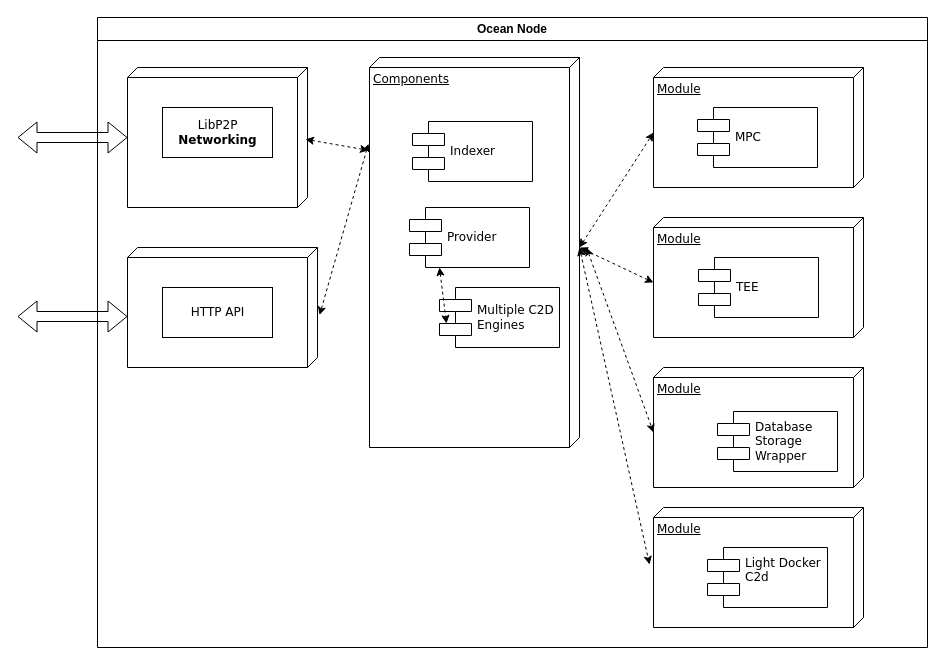
Earlier version of the draw.io diagram docs/imgs/OceanNode-arhitecture.drawio (oceanprotocol/ocean-node). Source tidied: cells renumbered, new cells numbered last; positions are measured from the earlier drawing's top-left corner, leaving out a move shared by most shapes. Both pictures are drawn from the tidied source at 100%, with x=0, y=0 at pixel (17, 17).
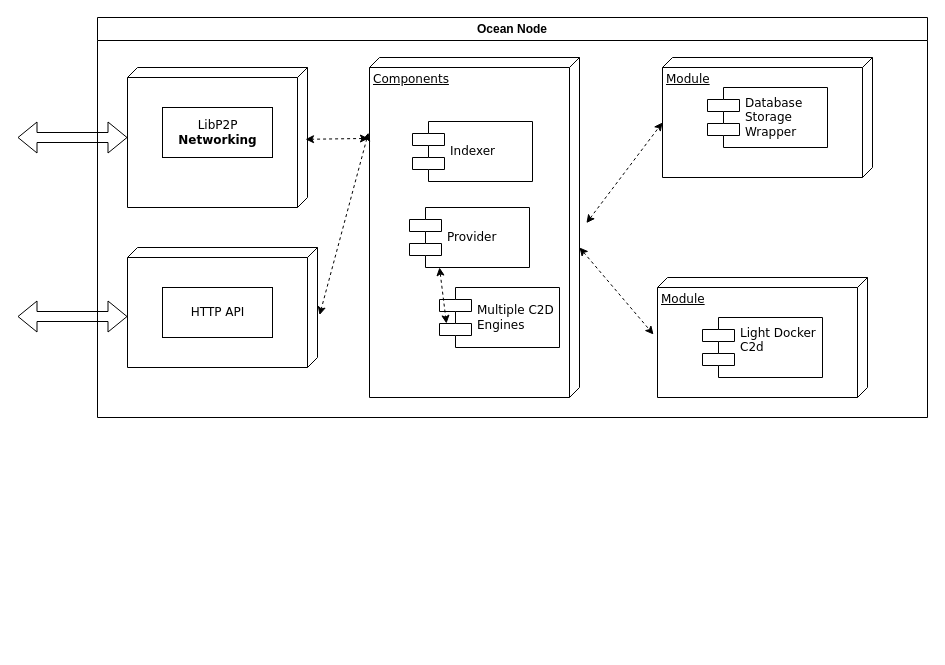
The same diagram, later.

The edit, as a diff of the source:
```diff
@@
     <mxCell id="3" value="Components" style="verticalAlign=top;align=left;spacingTop=8;spacingLeft=2;spacingRight=12;shape=cube;size=10;direction=south;fontStyle=4;html=1;rounded=0;shadow=0;comic=0;labelBackgroundColor=none;strokeWidth=1;fontFamily=Verdana;fontSize=12;" parent="1" vertex="1">
-      <mxGeometry x="352" y="40" width="210" height="390" as="geometry" />
+      <mxGeometry x="352" y="40" width="210" height="340" as="geometry" />
     </mxCell>
@@
-    <mxCell id="11" value="Module" style="verticalAlign=top;align=left;spacingTop=8;spacingLeft=2;spacingRight=12;shape=cube;size=10;direction=south;fontStyle=4;html=1;rounded=0;shadow=0;comic=0;labelBackgroundColor=none;strokeWidth=1;fontFamily=Verdana;fontSize=12;" parent="1" vertex="1">
-      <mxGeometry x="636" y="50" width="210" height="120" as="geometry" />
-    </mxCell>
-    <mxCell id="12" value="MPC" style="shape=component;align=left;spacingLeft=36;rounded=0;shadow=0;comic=0;labelBackgroundColor=none;strokeWidth=1;fontFamily=Verdana;fontSize=12;html=1;" parent="1" vertex="1">
-      <mxGeometry x="680" y="90" width="120" height="60" as="geometry" />
-    </mxCell>
-    <mxCell id="13" value="Module" style="verticalAlign=top;align=left;spacingTop=8;spacingLeft=2;spacingRight=12;shape=cube;size=10;direction=south;fontStyle=4;html=1;rounded=0;shadow=0;comic=0;labelBackgroundColor=none;strokeWidth=1;fontFamily=Verdana;fontSize=12;" parent="1" vertex="1">
-      <mxGeometry x="636" y="200" width="210" height="120" as="geometry" />
-    </mxCell>
-    <mxCell id="14" value="TEE" style="shape=component;align=left;spacingLeft=36;rounded=0;shadow=0;comic=0;labelBackgroundColor=none;strokeWidth=1;fontFamily=Verdana;fontSize=12;html=1;" parent="1" vertex="1">
-      <mxGeometry x="681" y="240" width="120" height="60" as="geometry" />
-    </mxCell>
-    <mxCell id="15" value="Module" style="verticalAlign=top;align=left;spacingTop=8;spacingLeft=2;spacingRight=12;shape=cube;size=10;direction=south;fontStyle=4;html=1;rounded=0;shadow=0;comic=0;labelBackgroundColor=none;strokeWidth=1;fontFamily=Verdana;fontSize=12;" parent="1" vertex="1">
-      <mxGeometry x="636" y="350" width="210" height="120" as="geometry" />
-    </mxCell>
-    <mxCell id="16" value="Database&lt;br&gt;Storage&lt;br&gt;Wrapper" style="shape=component;align=left;spacingLeft=36;rounded=0;shadow=0;comic=0;labelBackgroundColor=none;strokeWidth=1;fontFamily=Verdana;fontSize=12;html=1;" parent="1" vertex="1">
-      <mxGeometry x="700" y="394" width="120" height="60" as="geometry" />
-    </mxCell>
-    <mxCell id="17" value="Module" style="verticalAlign=top;align=left;spacingTop=8;spacingLeft=2;spacingRight=12;shape=cube;size=10;direction=south;fontStyle=4;html=1;rounded=0;shadow=0;comic=0;labelBackgroundColor=none;strokeWidth=1;fontFamily=Verdana;fontSize=12;" parent="1" vertex="1">
-      <mxGeometry x="636" y="490" width="210" height="120" as="geometry" />
-    </mxCell>
-    <mxCell id="18" value="&lt;div&gt;Light Docker&lt;/div&gt;&lt;div&gt;C2d&lt;/div&gt;&lt;div&gt;&lt;br&gt;&lt;/div&gt;" style="shape=component;align=left;spacingLeft=36;rounded=0;shadow=0;comic=0;labelBackgroundColor=none;strokeWidth=1;fontFamily=Verdana;fontSize=12;html=1;" parent="1" vertex="1">
-      <mxGeometry x="690" y="530" width="120" height="60" as="geometry" />
-    </mxCell>
-    <mxCell id="19" style="edgeStyle=none;rounded=0;html=1;dashed=1;labelBackgroundColor=none;startArrow=classic;startFill=1;endArrow=classic;endFill=1;fontFamily=Verdana;fontSize=12;entryX=0;entryY=0;entryDx=65;entryDy=210;entryPerimeter=0;exitX=0;exitY=0;exitDx=190;exitDy=0;exitPerimeter=0;" parent="1" edge="1" source="3" target="11">
-      <mxGeometry relative="1" as="geometry" />
-    </mxCell>
-    <mxCell id="20" style="edgeStyle=none;rounded=0;html=1;dashed=1;labelBackgroundColor=none;startArrow=classic;startFill=1;endArrow=classic;endFill=1;fontFamily=Verdana;fontSize=12;entryX=0;entryY=0;entryDx=65;entryDy=210;entryPerimeter=0;exitX=0;exitY=0;exitDx=190;exitDy=0;exitPerimeter=0;" parent="1" edge="1" source="3" target="13">
-      <mxGeometry relative="1" as="geometry" />
-    </mxCell>
@@
     <mxCell id="25" value="Ocean Node" style="swimlane;whiteSpace=wrap;html=1;" parent="1" vertex="1">
-      <mxGeometry x="80" width="830" height="630" as="geometry" />
+      <mxGeometry x="80" width="830" height="400" as="geometry" />
     </mxCell>
@@
+    <mxCell id="15" value="Module" style="verticalAlign=top;align=left;spacingTop=8;spacingLeft=2;spacingRight=12;shape=cube;size=10;direction=south;fontStyle=4;html=1;rounded=0;shadow=0;comic=0;labelBackgroundColor=none;strokeWidth=1;fontFamily=Verdana;fontSize=12;" parent="25" vertex="1">
+      <mxGeometry x="565" y="40" width="210" height="120" as="geometry" />
+    </mxCell>
+    <mxCell id="16" value="Database&lt;br&gt;Storage&lt;br&gt;Wrapper" style="shape=component;align=left;spacingLeft=36;rounded=0;shadow=0;comic=0;labelBackgroundColor=none;strokeWidth=1;fontFamily=Verdana;fontSize=12;html=1;" parent="25" vertex="1">
+      <mxGeometry x="610" y="70" width="120" height="60" as="geometry" />
+    </mxCell>
+    <mxCell id="17" value="Module" style="verticalAlign=top;align=left;spacingTop=8;spacingLeft=2;spacingRight=12;shape=cube;size=10;direction=south;fontStyle=4;html=1;rounded=0;shadow=0;comic=0;labelBackgroundColor=none;strokeWidth=1;fontFamily=Verdana;fontSize=12;" parent="25" vertex="1">
+      <mxGeometry x="560" y="260" width="210" height="120" as="geometry" />
+    </mxCell>
+    <mxCell id="18" value="&lt;div&gt;Light Docker&lt;/div&gt;&lt;div&gt;C2d&lt;/div&gt;&lt;div&gt;&lt;br&gt;&lt;/div&gt;" style="shape=component;align=left;spacingLeft=36;rounded=0;shadow=0;comic=0;labelBackgroundColor=none;strokeWidth=1;fontFamily=Verdana;fontSize=12;html=1;" parent="25" vertex="1">
+      <mxGeometry x="605" y="300" width="120" height="60" as="geometry" />
+    </mxCell>
```
